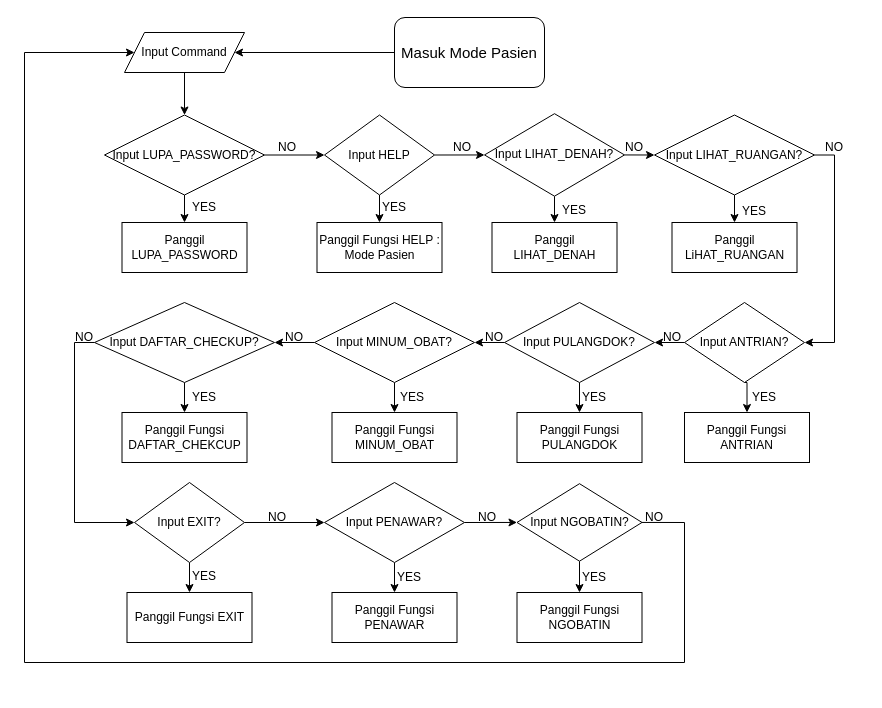
Above: page "Page-3" (3 of 5) of F00 - Start Program.drawio in Jouvann/flowchart (draw.io), before the change. Source tidied: cells renumbered, new cells numbered last; positions are measured from the earlier drawing's top-left corner, leaving out a move shared by most shapes. Both pictures are drawn from the tidied source at 100%, with x=0, y=0 at pixel (24, 17).
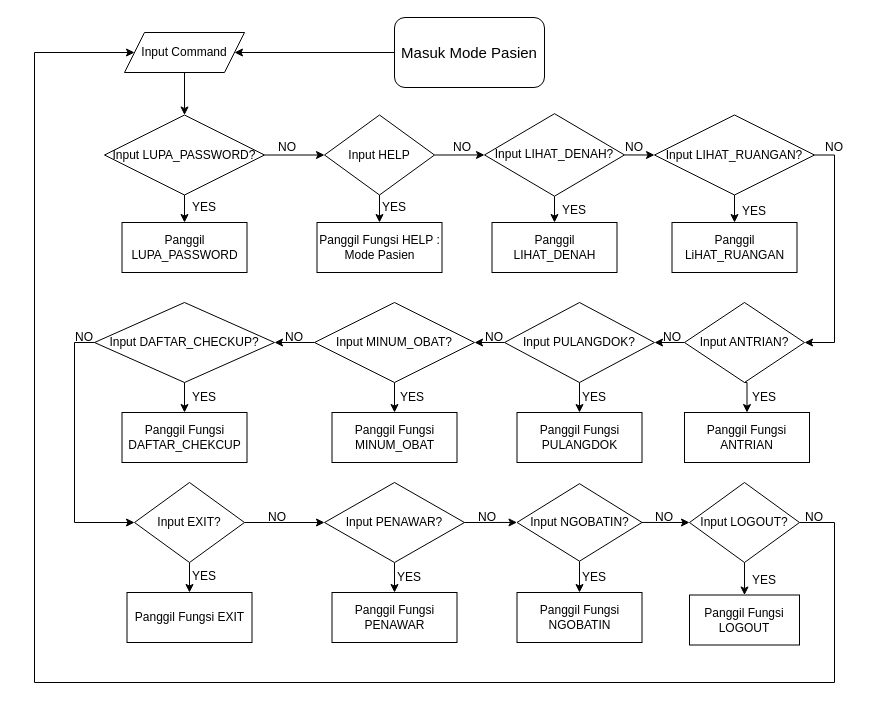
After the change.

The change refers to these unchanged cells:
```xml
<mxCell id="5" value="Input Command" style="shape=parallelogram;perimeter=parallelogramPerimeter;whiteSpace=wrap;html=1;fixedSize=1;" parent="1" vertex="1">
  <mxGeometry x="100" y="15" width="120" height="40" as="geometry" />
</mxCell>
<mxCell id="23" value="Input NGOBATIN?" style="rhombus;whiteSpace=wrap;html=1;" parent="1" vertex="1">
  <mxGeometry x="492.5" y="466.2" width="125" height="77.5" as="geometry" />
</mxCell>
```

The edit, as a diff of the source:
```diff
@@
-    <mxCell id="22" style="edgeStyle=orthogonalEdgeStyle;rounded=0;jettySize=auto;html=1;exitX=1;exitY=0.5;exitDx=0;exitDy=0;entryX=0;entryY=0.5;entryDx=0;entryDy=0;" parent="1" edge="1" source="23" target="5">
-      <mxGeometry relative="1" as="geometry">
-        <Array as="points">
-          <mxPoint x="660" y="505" />
-          <mxPoint x="660" y="645" />
-          <mxPoint y="645" />
-          <mxPoint y="35" />
-        </Array>
-      </mxGeometry>
-    </mxCell>
+    <mxCell id="72" style="edgeStyle=orthogonalEdgeStyle;rounded=0;jettySize=auto;html=1;exitX=1;exitY=0.5;exitDx=0;exitDy=0;entryX=0;entryY=0.5;entryDx=0;entryDy=0;" parent="1" edge="1" source="23" target="75">
+      <mxGeometry relative="1" as="geometry" />
+    </mxCell>
@@
     <mxCell id="71" value="NO" style="text;html=1;align=center;verticalAlign=middle;whiteSpace=wrap;rounded=0;" parent="1" vertex="1">
-      <mxGeometry x="600" y="485" width="60" height="30" as="geometry" />
+      <mxGeometry x="610" y="485" width="60" height="30" as="geometry" />
     </mxCell>
+    <mxCell id="73" style="edgeStyle=orthogonalEdgeStyle;rounded=0;jettySize=auto;html=1;exitX=0.5;exitY=1;exitDx=0;exitDy=0;entryX=0.5;entryY=0;entryDx=0;entryDy=0;" parent="1" edge="1" source="75" target="76">
+      <mxGeometry relative="1" as="geometry" />
+    </mxCell>
+    <mxCell id="74" style="edgeStyle=orthogonalEdgeStyle;rounded=0;jettySize=auto;html=1;exitX=1;exitY=0.5;exitDx=0;exitDy=0;entryX=0;entryY=0.5;entryDx=0;entryDy=0;" parent="1" edge="1" source="75" target="5">
+      <mxGeometry relative="1" as="geometry">
+        <Array as="points">
+          <mxPoint x="810" y="505" />
+          <mxPoint x="810" y="665" />
+          <mxPoint x="10" y="665" />
+          <mxPoint x="10" y="35" />
+        </Array>
+      </mxGeometry>
+    </mxCell>
+    <mxCell id="75" value="Input LOGOUT?" style="rhombus;whiteSpace=wrap;html=1;" parent="1" vertex="1">
+      <mxGeometry x="665" y="465" width="110" height="80" as="geometry" />
+    </mxCell>
+    <mxCell id="76" value="Panggil Fungsi LOGOUT" style="rounded=0;whiteSpace=wrap;html=1;" parent="1" vertex="1">
+      <mxGeometry x="665" y="577.5" width="110" height="50" as="geometry" />
+    </mxCell>
+    <mxCell id="77" value="YES" style="text;html=1;align=center;verticalAlign=middle;whiteSpace=wrap;rounded=0;" parent="1" vertex="1">
+      <mxGeometry x="710" y="547.5" width="60" height="30" as="geometry" />
+    </mxCell>
+    <mxCell id="78" value="NO" style="text;html=1;align=center;verticalAlign=middle;whiteSpace=wrap;rounded=0;" parent="1" vertex="1">
+      <mxGeometry x="760" y="485" width="60" height="30" as="geometry" />
+    </mxCell>
```
